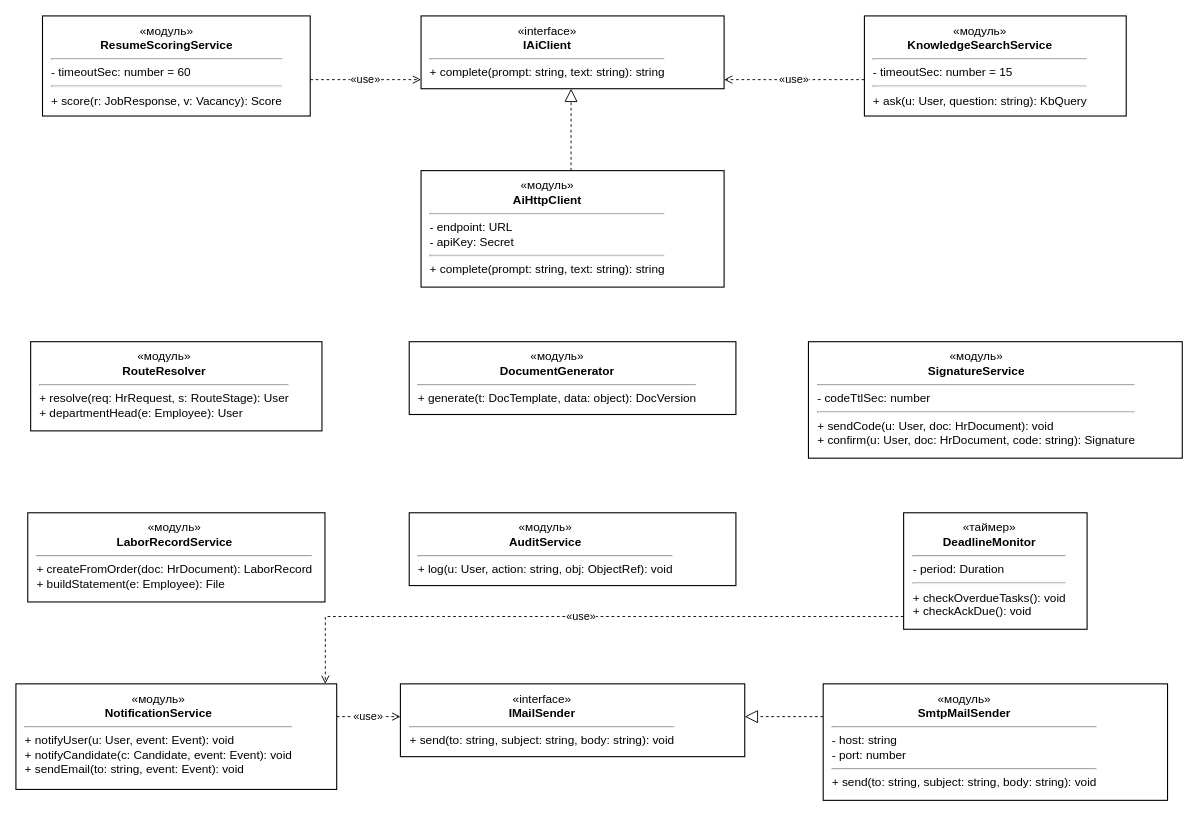
This is docs/диаграммы/drawio/3.5_Классы_Бизнес-логика_сервисы_и_интеграции.drawio from akkixx04/doc_management, a draw.io file, before an edit. Source tidied: cells renumbered, new cells numbered last; positions are measured from the earlier drawing's top-left corner, leaving out a move shared by most shapes. Both pictures are drawn from the tidied source at 91%, with x=0, y=0 at pixel (15, 15).
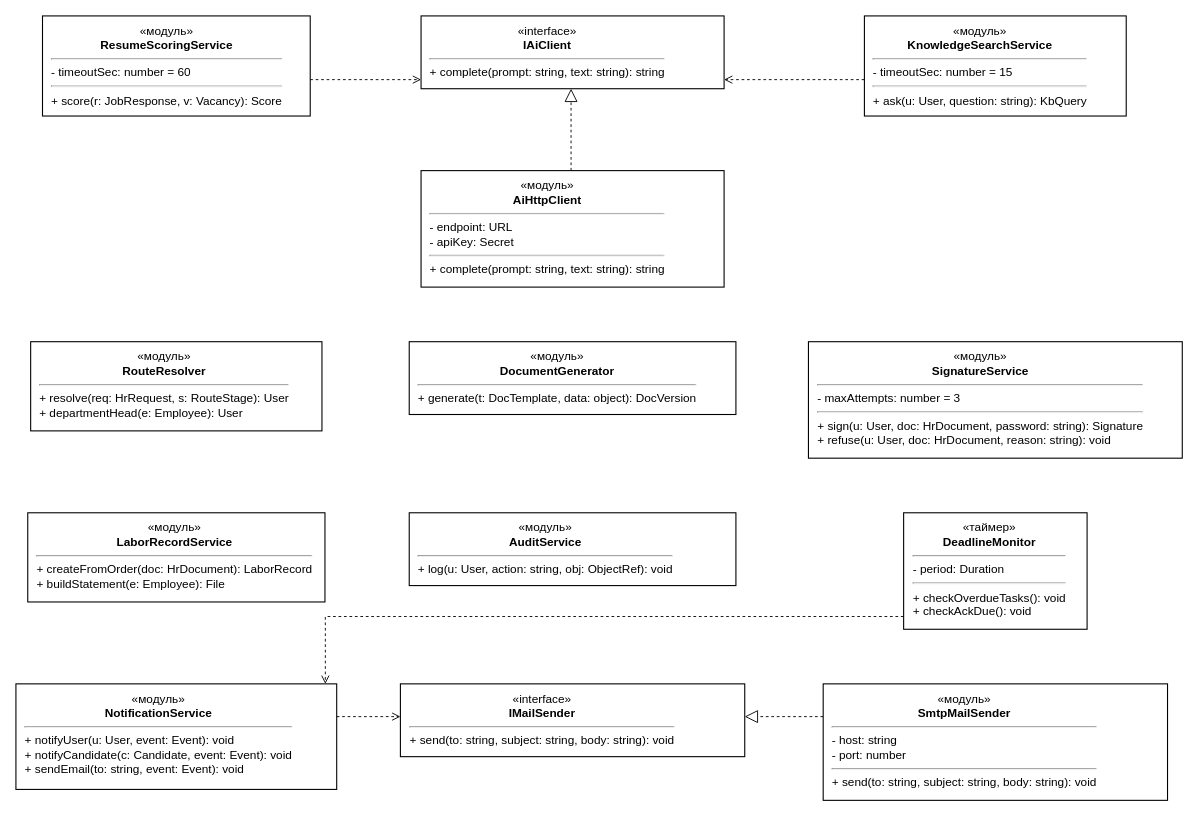
The same diagram, later.

The change refers to these unchanged cells:
```xml
<mxCell id="8" value="&lt;div style=&quot;text-align:center&quot;&gt;«модуль»&lt;/div&gt;&lt;div style=&quot;text-align:center&quot;&gt;&lt;b&gt;ResumeScoringService&lt;/b&gt;&lt;/div&gt;&lt;hr&gt;- timeoutSec: number = 60&lt;hr&gt;+ score(r: JobResponse, v: Vacancy): Score" style="html=1;whiteSpace=wrap;align=left;verticalAlign=top;spacingLeft=8;spacingRight=6;spacingTop=2;fontSize=13;strokeColor=#000000;strokeWidth=1.2;fillColor=#ffffff;fontColor=#000000;fontFamily=Helvetica;rounded=0;" parent="1" vertex="1">
  <mxGeometry x="29.2" width="294.2" height="110" as="geometry" />
</mxCell>
<mxCell id="9" value="&lt;div style=&quot;text-align:center&quot;&gt;«interface»&lt;/div&gt;&lt;div style=&quot;text-align:center&quot;&gt;&lt;b&gt;IAiClient&lt;/b&gt;&lt;/div&gt;&lt;hr&gt;+ complete(prompt: string, text: string): string" style="html=1;whiteSpace=wrap;align=left;verticalAlign=top;spacingLeft=8;spacingRight=6;spacingTop=2;fontSize=13;strokeColor=#000000;strokeWidth=1.2;fillColor=#ffffff;fontColor=#000000;fontFamily=Helvetica;rounded=0;" parent="1" vertex="1">
  <mxGeometry x="445.2" width="333" height="80" as="geometry" />
</mxCell>
<mxCell id="10" value="&lt;div style=&quot;text-align:center&quot;&gt;«модуль»&lt;/div&gt;&lt;div style=&quot;text-align:center&quot;&gt;&lt;b&gt;KnowledgeSearchService&lt;/b&gt;&lt;/div&gt;&lt;hr&gt;- timeoutSec: number = 15&lt;hr&gt;+ ask(u: User, question: string): KbQuery" style="html=1;whiteSpace=wrap;align=left;verticalAlign=top;spacingLeft=8;spacingRight=6;spacingTop=2;fontSize=13;strokeColor=#000000;strokeWidth=1.2;fillColor=#ffffff;fontColor=#000000;fontFamily=Helvetica;rounded=0;" parent="1" vertex="1">
  <mxGeometry x="932.4" width="287.7" height="110" as="geometry" />
</mxCell>
<mxCell id="17" value="&lt;div style=&quot;text-align:center&quot;&gt;«таймер»&lt;/div&gt;&lt;div style=&quot;text-align:center&quot;&gt;&lt;b&gt;DeadlineMonitor&lt;/b&gt;&lt;/div&gt;&lt;hr&gt;- period: Duration&lt;hr&gt;+ checkOverdueTasks(): void&lt;br&gt;+ checkAckDue(): void" style="html=1;whiteSpace=wrap;align=left;verticalAlign=top;spacingLeft=8;spacingRight=6;spacingTop=2;fontSize=13;strokeColor=#000000;strokeWidth=1.2;fillColor=#ffffff;fontColor=#000000;fontFamily=Helvetica;rounded=0;" parent="1" vertex="1">
  <mxGeometry x="975.5" y="546" width="201.6" height="128" as="geometry" />
</mxCell>
<mxCell id="18" value="&lt;div style=&quot;text-align:center&quot;&gt;«модуль»&lt;/div&gt;&lt;div style=&quot;text-align:center&quot;&gt;&lt;b&gt;NotificationService&lt;/b&gt;&lt;/div&gt;&lt;hr&gt;+ notifyUser(u: User, event: Event): void&lt;br&gt;+ notifyCandidate(c: Candidate, event: Event): void&lt;br&gt;+ sendEmail(to: string, event: Event): void" style="html=1;whiteSpace=wrap;align=left;verticalAlign=top;spacingLeft=8;spacingRight=6;spacingTop=2;fontSize=13;strokeColor=#000000;strokeWidth=1.2;fillColor=#ffffff;fontColor=#000000;fontFamily=Helvetica;rounded=0;" parent="1" vertex="1">
  <mxGeometry y="734" width="352.5" height="116" as="geometry" />
</mxCell>
<mxCell id="19" value="&lt;div style=&quot;text-align:center&quot;&gt;«interface»&lt;/div&gt;&lt;div style=&quot;text-align:center&quot;&gt;&lt;b&gt;IMailSender&lt;/b&gt;&lt;/div&gt;&lt;hr&gt;+ send(to: string, subject: string, body: string): void" style="html=1;whiteSpace=wrap;align=left;verticalAlign=top;spacingLeft=8;spacingRight=6;spacingTop=2;fontSize=13;strokeColor=#000000;strokeWidth=1.2;fillColor=#ffffff;fontColor=#000000;fontFamily=Helvetica;rounded=0;" parent="1" vertex="1">
  <mxGeometry x="422.5" y="734" width="378.4" height="80" as="geometry" />
</mxCell>
```

Diff of the diagram source:
```diff
@@
-    <mxCell id="3" value="«use»" style="edgeStyle=none;html=1;rounded=0;endArrow=block;endFill=1;endSize=7;strokeColor=#000000;strokeWidth=1;fontColor=#000000;fontFamily=Helvetica;endArrow=open;endFill=0;startArrow=none;dashed=1;fontSize=12;labelBackgroundColor=#ffffff;exitX=1.0000;exitY=0.6364;exitDx=0;exitDy=0;exitPerimeter=0;entryX=0.0000;entryY=0.8750;entryDx=0;entryDy=0;entryPerimeter=0;" parent="1" edge="1" source="8" target="9">
+    <mxCell id="3" style="edgeStyle=none;html=1;rounded=0;endArrow=block;endFill=1;endSize=7;strokeColor=#000000;strokeWidth=1;fontColor=#000000;fontFamily=Helvetica;endArrow=open;endFill=0;startArrow=none;dashed=1;fontSize=12;labelBackgroundColor=#ffffff;exitX=1.0000;exitY=0.6364;exitDx=0;exitDy=0;exitPerimeter=0;entryX=0.0000;entryY=0.8750;entryDx=0;entryDy=0;entryPerimeter=0;" parent="1" edge="1" source="8" target="9">
       <mxGeometry relative="1" as="geometry" />
     </mxCell>
-    <mxCell id="4" value="«use»" style="edgeStyle=none;html=1;rounded=0;endArrow=block;endFill=1;endSize=7;strokeColor=#000000;strokeWidth=1;fontColor=#000000;fontFamily=Helvetica;endArrow=open;endFill=0;startArrow=none;dashed=1;fontSize=12;labelBackgroundColor=#ffffff;exitX=1.0000;exitY=0.3103;exitDx=0;exitDy=0;exitPerimeter=0;entryX=0.0000;entryY=0.4500;entryDx=0;entryDy=0;entryPerimeter=0;" parent="1" edge="1" source="18" target="19">
+    <mxCell id="4" style="edgeStyle=none;html=1;rounded=0;endArrow=block;endFill=1;endSize=7;strokeColor=#000000;strokeWidth=1;fontColor=#000000;fontFamily=Helvetica;endArrow=open;endFill=0;startArrow=none;dashed=1;fontSize=12;labelBackgroundColor=#ffffff;exitX=1.0000;exitY=0.3103;exitDx=0;exitDy=0;exitPerimeter=0;entryX=0.0000;entryY=0.4500;entryDx=0;entryDy=0;entryPerimeter=0;" parent="1" edge="1" source="18" target="19">
       <mxGeometry relative="1" as="geometry" />
     </mxCell>
@@
-    <mxCell id="6" value="«use»" style="edgeStyle=none;html=1;rounded=0;endArrow=block;endFill=1;endSize=7;strokeColor=#000000;strokeWidth=1;fontColor=#000000;fontFamily=Helvetica;endArrow=open;endFill=0;startArrow=none;dashed=1;fontSize=12;labelBackgroundColor=#ffffff;exitX=0.0000;exitY=0.6364;exitDx=0;exitDy=0;exitPerimeter=0;entryX=1.0000;entryY=0.8750;entryDx=0;entryDy=0;entryPerimeter=0;" parent="1" edge="1" source="10" target="9">
+    <mxCell id="6" style="edgeStyle=none;html=1;rounded=0;endArrow=block;endFill=1;endSize=7;strokeColor=#000000;strokeWidth=1;fontColor=#000000;fontFamily=Helvetica;endArrow=open;endFill=0;startArrow=none;dashed=1;fontSize=12;labelBackgroundColor=#ffffff;exitX=0.0000;exitY=0.6364;exitDx=0;exitDy=0;exitPerimeter=0;entryX=1.0000;entryY=0.8750;entryDx=0;entryDy=0;entryPerimeter=0;" parent="1" edge="1" source="10" target="9">
       <mxGeometry relative="1" as="geometry" />
     </mxCell>
-    <mxCell id="7" value="«use»" style="edgeStyle=none;html=1;rounded=0;endArrow=block;endFill=1;endSize=7;strokeColor=#000000;strokeWidth=1;fontColor=#000000;fontFamily=Helvetica;endArrow=open;endFill=0;startArrow=none;dashed=1;fontSize=12;labelBackgroundColor=#ffffff;exitX=0.0000;exitY=0.8906;exitDx=0;exitDy=0;exitPerimeter=0;entryX=0.9646;entryY=0.0000;entryDx=0;entryDy=0;entryPerimeter=0;" parent="1" edge="1" source="17" target="18">
+    <mxCell id="7" style="edgeStyle=none;html=1;rounded=0;endArrow=block;endFill=1;endSize=7;strokeColor=#000000;strokeWidth=1;fontColor=#000000;fontFamily=Helvetica;endArrow=open;endFill=0;startArrow=none;dashed=1;fontSize=12;labelBackgroundColor=#ffffff;exitX=0.0000;exitY=0.8906;exitDx=0;exitDy=0;exitPerimeter=0;entryX=0.9646;entryY=0.0000;entryDx=0;entryDy=0;entryPerimeter=0;" parent="1" edge="1" source="17" target="18">
       <mxGeometry relative="1" as="geometry">
         <Array as="points">
           <mxPoint x="340" y="660" />
         </Array>
       </mxGeometry>
     </mxCell>
@@
-    <mxCell id="14" value="&lt;div style=&quot;text-align:center&quot;&gt;«модуль»&lt;/div&gt;&lt;div style=&quot;text-align:center&quot;&gt;&lt;b&gt;SignatureService&lt;/b&gt;&lt;/div&gt;&lt;hr&gt;- codeTtlSec: number&lt;hr&gt;+ sendCode(u: User, doc: HrDocument): void&lt;br&gt;+ confirm(u: User, doc: HrDocument, code: string): Signature" style="html=1;whiteSpace=wrap;align=left;verticalAlign=top;spacingLeft=8;spacingRight=6;spacingTop=2;fontSize=13;strokeColor=#000000;strokeWidth=1.2;fillColor=#ffffff;fontColor=#000000;fontFamily=Helvetica;rounded=0;" parent="1" vertex="1">
+    <mxCell id="14" value="&lt;div style=&quot;text-align:center&quot;&gt;«модуль»&lt;/div&gt;&lt;div style=&quot;text-align:center&quot;&gt;&lt;b&gt;SignatureService&lt;/b&gt;&lt;/div&gt;&lt;hr&gt;- maxAttempts: number = 3&lt;hr&gt;+ sign(u: User, doc: HrDocument, password: string): Signature&lt;br&gt;+ refuse(u: User, doc: HrDocument, reason: string): void" style="html=1;whiteSpace=wrap;align=left;verticalAlign=top;spacingLeft=8;spacingRight=6;spacingTop=2;fontSize=13;strokeColor=#000000;strokeWidth=1.2;fillColor=#ffffff;fontColor=#000000;fontFamily=Helvetica;rounded=0;" parent="1" vertex="1">
       <mxGeometry x="870.9" y="358" width="410.8" height="128" as="geometry" />
     </mxCell>
```
